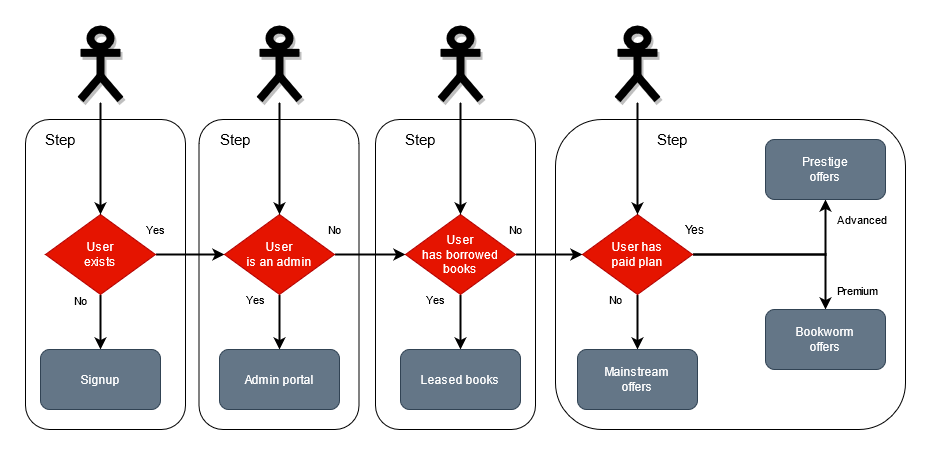
The draw.io diagram misc/workflow-b.png in jpb06/conditional-workflows, before a commit. Source tidied: cells renumbered, new cells last; positions are measured from the earlier drawing's top-left corner, leaving out a move shared by most shapes.
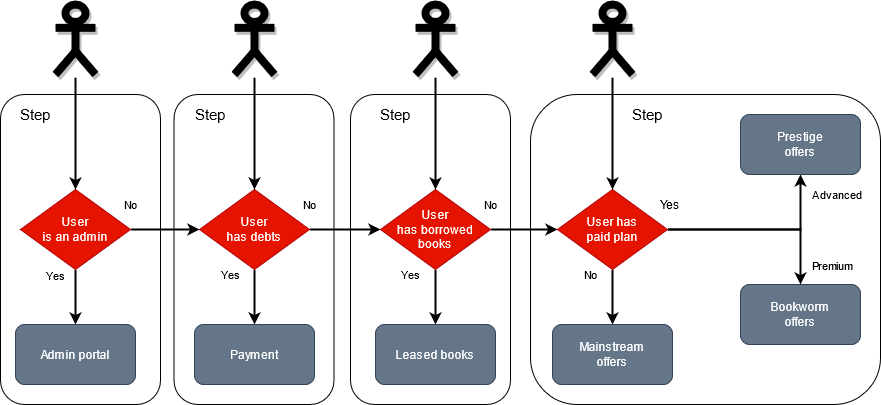
The same file after the commit.

Diff of the diagram source:
```diff
@@ -14,17 +14,17 @@
     <mxCell id="5" style="rounded=1;whiteSpace=wrap;html=1;fontSize=11;align=left;" parent="1" vertex="1">
       <mxGeometry y="90" width="160" height="310" as="geometry" />
     </mxCell>
-    <mxCell id="6" value="No" style="edgeStyle=orthogonalEdgeStyle;rounded=0;jettySize=auto;html=1;entryX=0.5;entryY=0;entryDx=0;entryDy=0;exitX=0.5;exitY=1;exitDx=0;exitDy=0;sketch=0;labelBackgroundColor=#ffffff;strokeWidth=2;" parent="1" edge="1" source="8" target="11">
+    <mxCell id="6" value="Yes" style="edgeStyle=orthogonalEdgeStyle;rounded=0;jettySize=auto;html=1;entryX=0.5;entryY=0;entryDx=0;entryDy=0;exitX=0.5;exitY=1;exitDx=0;exitDy=0;sketch=0;labelBackgroundColor=#ffffff;strokeWidth=2;" parent="1" edge="1" source="8" target="11">
       <mxGeometry x="-0.78" y="-20" relative="1" as="geometry">
         <Array as="points">
           <mxPoint x="75" y="310" />
         </Array>
       </mxGeometry>
     </mxCell>
-    <mxCell id="7" value="Yes" style="edgeStyle=orthogonalEdgeStyle;rounded=0;jettySize=auto;html=1;strokeWidth=2;" parent="1" edge="1" source="8" target="14">
+    <mxCell id="7" value="No" style="edgeStyle=orthogonalEdgeStyle;rounded=0;jettySize=auto;html=1;strokeWidth=2;" parent="1" edge="1" source="8" target="14">
       <mxGeometry x="-1" y="25" relative="1" as="geometry" />
     </mxCell>
-    <mxCell id="8" value="&lt;div&gt;User&lt;/div&gt;&lt;div&gt;exists&lt;br&gt;&lt;/div&gt;" style="rhombus;whiteSpace=wrap;html=1;fillColor=#e51400;strokeColor=#B20000;fontColor=#ffffff;" parent="1" vertex="1">
+    <mxCell id="8" value="&lt;div&gt;User&lt;/div&gt;&lt;div&gt;is an admin&lt;br&gt;&lt;/div&gt;" style="rhombus;whiteSpace=wrap;html=1;fillColor=#e51400;strokeColor=#B20000;fontColor=#ffffff;" parent="1" vertex="1">
       <mxGeometry x="20" y="185" width="110" height="80" as="geometry" />
     </mxCell>
     <mxCell id="9" style="shape=umlActor;verticalLabelPosition=bottom;verticalAlign=top;html=1;outlineConnect=0;labelBackgroundColor=#ffffff;labelBorderColor=none;spacingTop=2;strokeWidth=8;perimeterSpacing=3;fillColor=none;shadow=1;" parent="1" vertex="1">
@@ -33,7 +33,7 @@
     <mxCell id="10" style="endArrow=classic;html=1;entryX=0.5;entryY=0;entryDx=0;entryDy=0;strokeWidth=2;" parent="1" edge="1" source="9" target="8">
       <mxGeometry relative="1" as="geometry" />
     </mxCell>
-    <mxCell id="11" value="&lt;div&gt;Signup&lt;/div&gt;" style="rounded=1;whiteSpace=wrap;html=1;fillColor=#647687;strokeColor=#314354;fontColor=#ffffff;" parent="1" vertex="1">
+    <mxCell id="11" value="Admin portal" style="rounded=1;whiteSpace=wrap;html=1;fillColor=#647687;strokeColor=#314354;fontColor=#ffffff;" parent="1" vertex="1">
       <mxGeometry x="15" y="320" width="120" height="60" as="geometry" />
     </mxCell>
     <mxCell id="12" value="Yes" style="edgeStyle=orthogonalEdgeStyle;rounded=0;jettySize=auto;html=1;strokeWidth=2;" parent="1" edge="1" source="14" target="15">
@@ -42,10 +42,10 @@
     <mxCell id="13" value="No" style="edgeStyle=orthogonalEdgeStyle;rounded=0;jettySize=auto;html=1;strokeWidth=2;" parent="1" edge="1" source="14" target="18">
       <mxGeometry x="-1" y="25" relative="1" as="geometry" />
     </mxCell>
-    <mxCell id="14" value="&lt;div&gt;User&lt;/div&gt;&lt;div&gt;is an admin&lt;br&gt;&lt;/div&gt;" style="rhombus;whiteSpace=wrap;html=1;fillColor=#e51400;strokeColor=#B20000;fontColor=#ffffff;" parent="1" vertex="1">
+    <mxCell id="14" value="User&lt;br&gt;has debts" style="rhombus;whiteSpace=wrap;html=1;fillColor=#e51400;strokeColor=#B20000;fontColor=#ffffff;" parent="1" vertex="1">
       <mxGeometry x="199" y="185" width="110" height="80" as="geometry" />
     </mxCell>
-    <mxCell id="15" value="Admin portal" style="rounded=1;whiteSpace=wrap;html=1;fillColor=#647687;strokeColor=#314354;fontColor=#ffffff;" parent="1" vertex="1">
+    <mxCell id="15" value="Payment" style="rounded=1;whiteSpace=wrap;html=1;fillColor=#647687;strokeColor=#314354;fontColor=#ffffff;" parent="1" vertex="1">
       <mxGeometry x="194" y="320" width="120" height="60" as="geometry" />
     </mxCell>
     <mxCell id="16" value="Yes" style="edgeStyle=orthogonalEdgeStyle;rounded=0;jettySize=auto;html=1;strokeWidth=2;" parent="1" edge="1" source="18" target="19">
```
